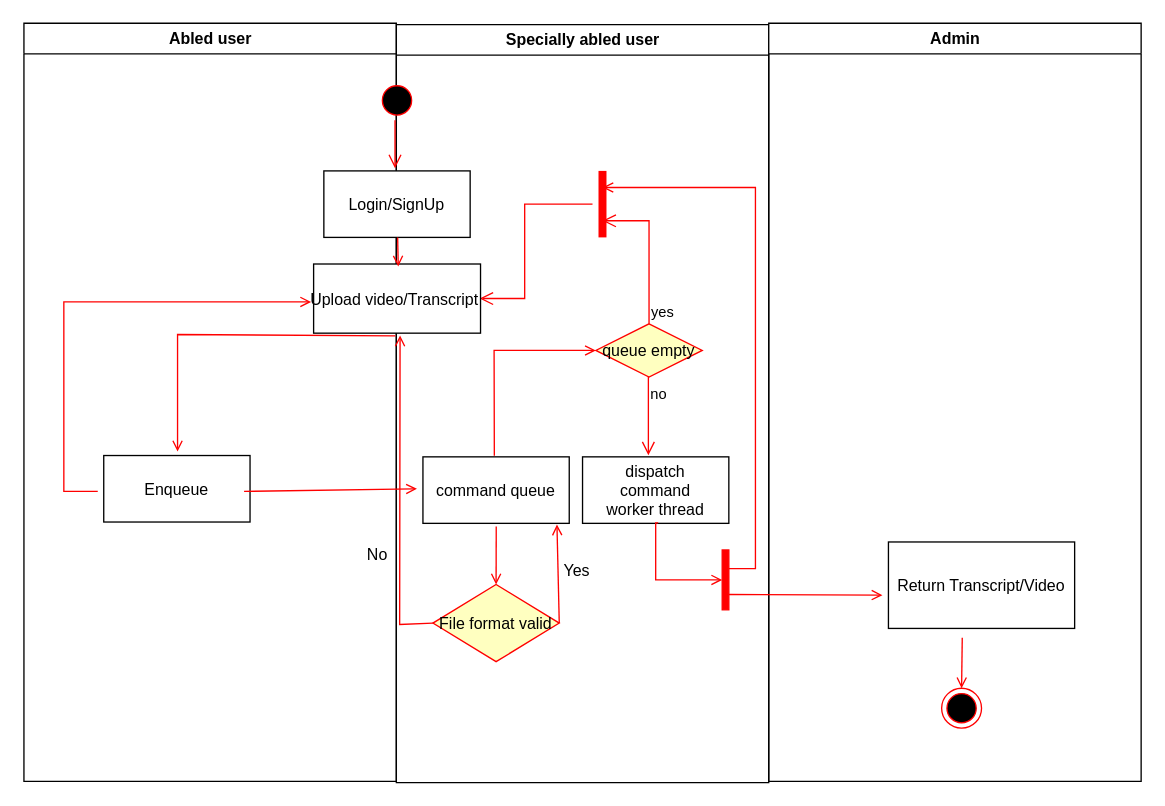
Before: activity.drawio in Dikshit28/SEPM_Dikshit19csu379, a draw.io diagram. Source tidied: cells renumbered, new cells numbered last; positions are measured from the earlier drawing's top-left corner, leaving out a move shared by most shapes. Both pictures are drawn from the tidied source at 133%, with x=0, y=0 at pixel (23, 23).
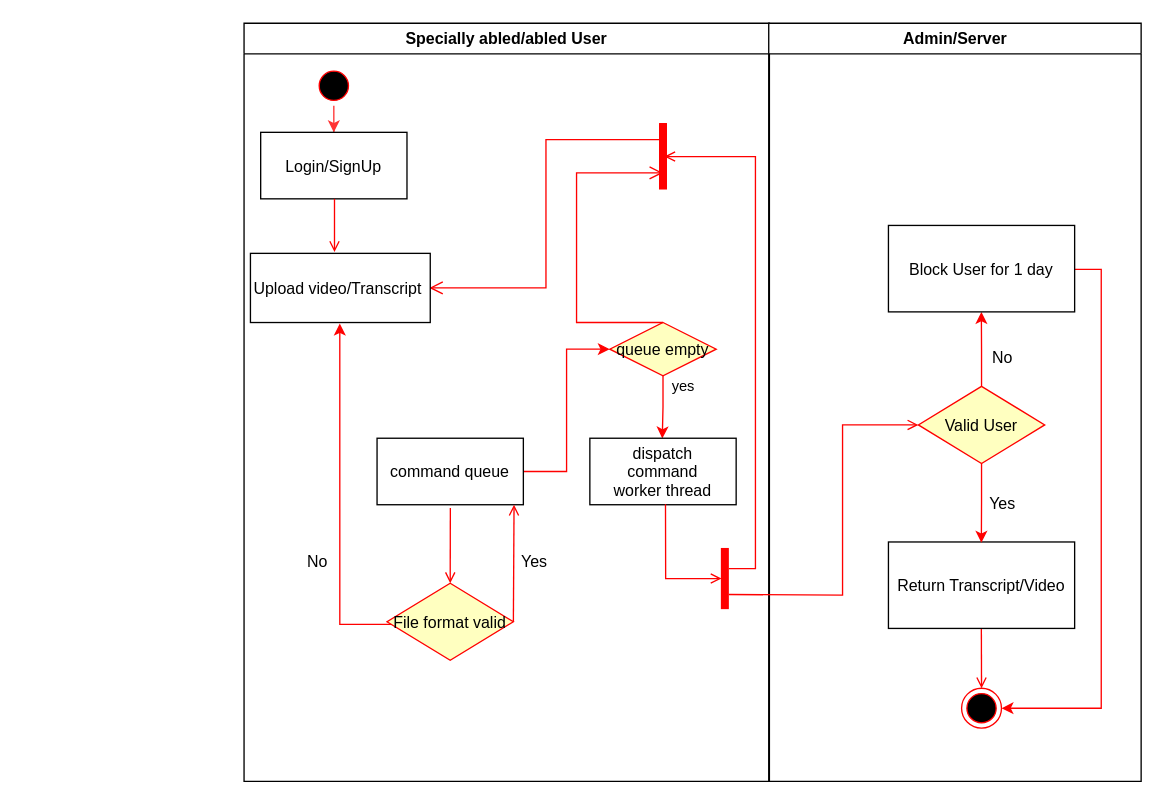
The same page after the edit.

The change refers to these unchanged cells:
```xml
<mxCell id="27" value="Return Transcript/Video" parent="26" vertex="1">
  <mxGeometry x="90" y="390" width="140" height="65" as="geometry" />
</mxCell>
```

What changed in the source:
```diff
@@
-    <mxCell id="2" value="Abled user" style="swimlane;whiteSpace=wrap;startSize=23;" parent="1" vertex="1">
-      <mxGeometry x="0.5" width="280" height="570" as="geometry" />
-    </mxCell>
-    <mxCell id="3" value="Enqueue" parent="2" vertex="1">
-      <mxGeometry x="60" y="325" width="110" height="50" as="geometry" />
-    </mxCell>
-    <mxCell id="4" value="No" style="text;html=1;align=center;verticalAlign=middle;strokeColor=none;fillColor=none;" parent="2" vertex="1">
-      <mxGeometry x="250" y="390" width="30" height="20" as="geometry" />
-    </mxCell>
-    <mxCell id="5" value="Specially abled user" style="swimlane;whiteSpace=wrap;" parent="1" vertex="1">
-      <mxGeometry x="280.5" y="1" width="280" height="570" as="geometry" />
+    <mxCell id="5" value="Specially abled/abled User" style="swimlane;whiteSpace=wrap;startSize=23;" parent="1" vertex="1">
+      <mxGeometry x="166" width="395" height="570" as="geometry" />
     </mxCell>
+    <mxCell id="10" style="edgeStyle=orthogonalEdgeStyle;rounded=0;jettySize=auto;html=1;entryX=0;entryY=0.5;entryDx=0;entryDy=0;strokeColor=#FF0000;" parent="5" edge="1" source="6" target="7">
+      <mxGeometry relative="1" as="geometry" />
+    </mxCell>
     <mxCell id="6" value="command queue" parent="5" vertex="1">
-      <mxGeometry x="20" y="325" width="110" height="50" as="geometry" />
+      <mxGeometry x="100" y="312" width="110" height="50" as="geometry" />
     </mxCell>
+    <mxCell id="9" style="edgeStyle=orthogonalEdgeStyle;rounded=0;jettySize=auto;html=1;entryX=0.495;entryY=0.004;entryDx=0;entryDy=0;entryPerimeter=0;strokeColor=#FF0000;" parent="5" edge="1" source="7" target="13">
+      <mxGeometry relative="1" as="geometry" />
+    </mxCell>
     <mxCell id="7" value="queue empty" style="rhombus;fillColor=#ffffc0;strokeColor=#ff0000;" parent="5" vertex="1">
-      <mxGeometry x="150" y="225" width="80" height="40" as="geometry" />
+      <mxGeometry x="275" y="225" width="80" height="40" as="geometry" />
     </mxCell>
     <mxCell id="8" value="yes" style="edgeStyle=elbowEdgeStyle;elbow=horizontal;align=left;verticalAlign=bottom;endArrow=open;endSize=8;strokeColor=#FF0000;exitX=0.5;exitY=0;endFill=1;rounded=0;entryX=0.75;entryY=0.5;entryPerimeter=0;" parent="5" edge="1" source="7" target="11">
-      <mxGeometry x="-1" relative="1" as="geometry">
+      <mxGeometry x="-1" y="57" relative="1" as="geometry">
         <Array as="points">
-          <mxPoint x="190" y="180" />
+          <mxPoint x="250" y="172" />
         </Array>
+        <mxPoint x="5" as="offset" />
       </mxGeometry>
     </mxCell>
-    <mxCell id="9" value="no" style="edgeStyle=elbowEdgeStyle;elbow=horizontal;align=left;verticalAlign=top;endArrow=open;endSize=8;strokeColor=#FF0000;endFill=1;rounded=0;entryX=0.454;entryY=-0.023;entryDx=0;entryDy=0;entryPerimeter=0;" parent="5" edge="1" source="7" target="13">
-      <mxGeometry x="-1" relative="1" as="geometry" />
-    </mxCell>
-    <mxCell id="10" style="endArrow=open;strokeColor=#FF0000;endFill=1;rounded=0;exitX=0.488;exitY=-0.016;exitDx=0;exitDy=0;exitPerimeter=0;" parent="5" edge="1" source="6" target="7">
-      <mxGeometry relative="1" as="geometry">
-        <Array as="points">
-          <mxPoint x="73.5" y="245" />
-        </Array>
-      </mxGeometry>
-    </mxCell>
     <mxCell id="11" style="shape=line;strokeWidth=6;strokeColor=#ff0000;rotation=90;" parent="5" vertex="1">
-      <mxGeometry x="130" y="127.5" width="50" height="15" as="geometry" />
+      <mxGeometry x="290" y="92.5" width="50" height="15" as="geometry" />
     </mxCell>
-    <mxCell id="12" style="edgeStyle=elbowEdgeStyle;elbow=horizontal;verticalAlign=bottom;endArrow=open;endSize=8;strokeColor=#FF0000;endFill=1;rounded=0;entryX=0.995;entryY=0.499;entryDx=0;entryDy=0;entryPerimeter=0;" parent="5" edge="1" source="11" target="16">
+    <mxCell id="12" style="edgeStyle=elbowEdgeStyle;elbow=horizontal;verticalAlign=bottom;endArrow=open;endSize=8;strokeColor=#FF0000;endFill=1;rounded=0;entryX=0.995;entryY=0.499;entryDx=0;entryDy=0;entryPerimeter=0;exitX=0.25;exitY=0.5;exitDx=0;exitDy=0;exitPerimeter=0;" parent="5" edge="1" source="11" target="16">
       <mxGeometry x="130" y="90" as="geometry" />
     </mxCell>
     <mxCell id="13" value="dispatch&#10;command&#10;worker thread" parent="5" vertex="1">
-      <mxGeometry x="140" y="325" width="110" height="50" as="geometry" />
+      <mxGeometry x="260" y="312" width="110" height="50" as="geometry" />
     </mxCell>
     <mxCell id="14" style="whiteSpace=wrap;strokeColor=#FF0000;fillColor=#FF0000;" parent="5" vertex="1">
-      <mxGeometry x="245" y="395" width="5" height="45" as="geometry" />
+      <mxGeometry x="359" y="395" width="5" height="45" as="geometry" />
     </mxCell>
     <mxCell id="15" style="edgeStyle=elbowEdgeStyle;elbow=horizontal;entryX=0;entryY=0.5;strokeColor=#FF0000;endArrow=open;endFill=1;rounded=0;exitX=0.517;exitY=0.992;exitDx=0;exitDy=0;exitPerimeter=0;" parent="5" edge="1" source="13" target="14">
       <mxGeometry relative="1" as="geometry">
         <Array as="points">
-          <mxPoint x="195" y="400" />
+          <mxPoint x="317" y="392" />
         </Array>
       </mxGeometry>
     </mxCell>
     <mxCell id="16" value="Upload video/Transcript " parent="5" vertex="1">
-      <mxGeometry x="-62.2" y="180" width="125.5" height="52" as="geometry" />
+      <mxGeometry x="4.8" y="173" width="135.2" height="52" as="geometry" />
     </mxCell>
+    <mxCell id="35" style="edgeStyle=orthogonalEdgeStyle;rounded=0;jettySize=auto;html=1;strokeColor=#FF3333;" parent="5" edge="1" source="17" target="18">
+      <mxGeometry relative="1" as="geometry" />
+    </mxCell>
     <mxCell id="17" style="ellipse;shape=startState;fillColor=#000000;strokeColor=#ff0000;" parent="5" vertex="1">
-      <mxGeometry x="-14.5" y="42" width="30" height="30" as="geometry" />
+      <mxGeometry x="52.5" y="32" width="30" height="30" as="geometry" />
     </mxCell>
     <mxCell id="18" value="Login/SignUp" parent="5" vertex="1">
-      <mxGeometry x="-54.5" y="110" width="110" height="50" as="geometry" />
+      <mxGeometry x="12.5" y="82" width="110" height="50" as="geometry" />
     </mxCell>
-    <mxCell id="19" style="endArrow=open;strokeColor=#FF0000;endFill=1;rounded=0;entryX=0.507;entryY=0.037;entryDx=0;entryDy=0;entryPerimeter=0;" parent="5" edge="1" source="18" target="16">
-      <mxGeometry relative="1" as="geometry" />
+    <mxCell id="19" style="endArrow=open;strokeColor=#FF0000;endFill=1;rounded=0;" parent="5" edge="1">
+      <mxGeometry relative="1" as="geometry">
+        <mxPoint x="68" y="132" as="sourcePoint" />
+        <mxPoint x="68" y="172" as="targetPoint" />
+      </mxGeometry>
     </mxCell>
-    <mxCell id="20" style="edgeStyle=elbowEdgeStyle;elbow=horizontal;verticalAlign=bottom;endArrow=open;endSize=8;strokeColor=#FF0000;endFill=1;rounded=0;" parent="5" edge="1" source="17">
-      <mxGeometry x="-180" y="40" as="geometry">
-        <mxPoint x="-0.5" y="108" as="targetPoint" />
-        <Array as="points">
-          <mxPoint x="-1" y="82" />
-        </Array>
-      </mxGeometry>
-    </mxCell>
+    <mxCell id="23" style="edgeStyle=orthogonalEdgeStyle;rounded=0;jettySize=auto;html=1;entryX=0.497;entryY=1.015;entryDx=0;entryDy=0;entryPerimeter=0;strokeColor=#FF0000;" parent="5" edge="1" source="21" target="16">
+      <mxGeometry relative="1" as="geometry">
+        <Array as="points">
+          <mxPoint x="72" y="452" />
+        </Array>
+      </mxGeometry>
+    </mxCell>
     <mxCell id="21" value="File format valid" style="rhombus;fillColor=#ffffc0;strokeColor=#ff0000;" parent="5" vertex="1">
-      <mxGeometry x="27.5" y="421" width="95" height="58" as="geometry" />
+      <mxGeometry x="107.5" y="421" width="95" height="58" as="geometry" />
     </mxCell>
@@
-    <mxCell id="23" style="endArrow=open;strokeColor=#FF0000;endFill=1;rounded=0;exitX=0;exitY=0.5;exitDx=0;exitDy=0;entryX=0.518;entryY=1.034;entryDx=0;entryDy=0;entryPerimeter=0;" parent="5" edge="1" source="21" target="16">
-      <mxGeometry relative="1" as="geometry">
-        <Array as="points">
-          <mxPoint x="2.5" y="451" />
-        </Array>
-      </mxGeometry>
-    </mxCell>
-    <mxCell id="24" style="endArrow=open;strokeColor=#FF0000;endFill=1;rounded=0;entryX=0.916;entryY=1.017;entryDx=0;entryDy=0;exitX=1;exitY=0.5;exitDx=0;exitDy=0;entryPerimeter=0;" parent="5" edge="1" source="21" target="6">
-      <mxGeometry relative="1" as="geometry" />
+    <mxCell id="24" style="endArrow=open;strokeColor=#FF0000;endFill=1;rounded=0;exitX=1;exitY=0.5;exitDx=0;exitDy=0;" parent="5" edge="1" source="21">
+      <mxGeometry relative="1" as="geometry">
+        <mxPoint x="203" y="362" as="targetPoint" />
+      </mxGeometry>
     </mxCell>
     <mxCell id="25" value="Yes" style="text;html=1;align=center;verticalAlign=middle;strokeColor=none;fillColor=none;" parent="5" vertex="1">
-      <mxGeometry x="120" y="401" width="30" height="20" as="geometry" />
+      <mxGeometry x="202.5" y="395" width="30" height="20" as="geometry" />
     </mxCell>
+    <mxCell id="36" value="No" style="text;html=1;align=center;verticalAlign=middle;strokeColor=none;fillColor=none;" parent="5" vertex="1">
+      <mxGeometry x="40" y="395" width="30" height="20" as="geometry" />
+    </mxCell>
-    <mxCell id="26" value="Admin" style="swimlane;whiteSpace=wrap;" parent="1" vertex="1">
+    <mxCell id="26" value="Admin/Server" style="swimlane;whiteSpace=wrap;" parent="1" vertex="1">
       <mxGeometry x="560.5" width="280" height="570" as="geometry" />
     </mxCell>
@@
-    <mxCell id="28" style="edgeStyle=elbowEdgeStyle;elbow=horizontal;strokeColor=#FF0000;endArrow=open;endFill=1;rounded=0;entryX=0.25;entryY=0.5;entryPerimeter=0;" parent="26" edge="1" target="11">
+    <mxCell id="28" style="edgeStyle=elbowEdgeStyle;elbow=horizontal;strokeColor=#FF0000;endArrow=open;endFill=1;rounded=0;entryX=0.504;entryY=0.433;entryDx=0;entryDy=0;entryPerimeter=0;" parent="26" edge="1" target="11">
       <mxGeometry relative="1" as="geometry">
         <mxPoint x="-30" y="410" as="sourcePoint" />
         <Array as="points">
           <mxPoint x="-10" y="135" />
         </Array>
       </mxGeometry>
     </mxCell>
-    <mxCell id="29" style="edgeStyle=none;strokeColor=#FF0000;endArrow=open;endFill=1;rounded=0;" parent="26" edge="1">
+    <mxCell id="29" style="edgeStyle=none;strokeColor=#FF0000;endArrow=open;endFill=1;rounded=0;entryX=0;entryY=0.5;entryDx=0;entryDy=0;" parent="26" edge="1" target="39">
       <mxGeometry relative="1" as="geometry">
         <mxPoint x="-30" y="429.5" as="sourcePoint" />
-        <mxPoint x="85.5" y="430" as="targetPoint" />
+        <Array as="points">
+          <mxPoint x="55.5" y="430" />
+          <mxPoint x="55.5" y="332" />
+          <mxPoint x="55.5" y="302" />
+        </Array>
       </mxGeometry>
     </mxCell>
     <mxCell id="30" style="ellipse;shape=endState;fillColor=#000000;strokeColor=#ff0000;" parent="26" vertex="1">
-      <mxGeometry x="130" y="500" width="30" height="30" as="geometry" />
+      <mxGeometry x="145" y="500" width="30" height="30" as="geometry" />
     </mxCell>
-    <mxCell id="31" style="endArrow=open;strokeColor=#FF0000;endFill=1;rounded=0;" parent="26" edge="1" target="30">
-      <mxGeometry relative="1" as="geometry">
-        <mxPoint x="145.5" y="462" as="sourcePoint" />
-      </mxGeometry>
+    <mxCell id="31" style="endArrow=open;strokeColor=#FF0000;endFill=1;rounded=0;exitX=0.499;exitY=1.006;exitDx=0;exitDy=0;exitPerimeter=0;" parent="26" edge="1" source="27" target="30">
+      <mxGeometry relative="1" as="geometry" />
     </mxCell>
-    <mxCell id="32" style="endArrow=open;strokeColor=#FF0000;endFill=1;rounded=0;" parent="1" edge="1">
-      <mxGeometry relative="1" as="geometry">
-        <mxPoint x="166" y="352" as="sourcePoint" />
-        <mxPoint x="296" y="350" as="targetPoint" />
-      </mxGeometry>
-    </mxCell>
-    <mxCell id="33" style="endArrow=open;strokeColor=#FF0000;endFill=1;rounded=0;exitX=0.49;exitY=1.04;exitDx=0;exitDy=0;exitPerimeter=0;" parent="1" edge="1" source="16">
-      <mxGeometry relative="1" as="geometry">
-        <mxPoint x="116" y="322" as="targetPoint" />
-        <Array as="points">
-          <mxPoint x="116" y="234" />
-        </Array>
-      </mxGeometry>
-    </mxCell>
-    <mxCell id="34" style="edgeStyle=elbowEdgeStyle;elbow=horizontal;strokeColor=#FF0000;endArrow=open;endFill=1;rounded=0;entryX=-0.015;entryY=0.548;entryDx=0;entryDy=0;entryPerimeter=0;" parent="1" edge="1" target="16">
-      <mxGeometry relative="1" as="geometry">
-        <mxPoint x="56" y="352" as="sourcePoint" />
-        <Array as="points">
-          <mxPoint x="30.5" y="250" />
-        </Array>
-      </mxGeometry>
-    </mxCell>
+    <mxCell id="37" style="edgeStyle=orthogonalEdgeStyle;rounded=0;jettySize=auto;html=1;strokeColor=#FF0000;entryX=0.499;entryY=0.009;entryDx=0;entryDy=0;entryPerimeter=0;" parent="26" edge="1" source="39" target="27">
+      <mxGeometry relative="1" as="geometry" />
+    </mxCell>
+    <mxCell id="38" style="edgeStyle=orthogonalEdgeStyle;rounded=0;jettySize=auto;html=1;strokeColor=#FF0000;entryX=0.499;entryY=1;entryDx=0;entryDy=0;entryPerimeter=0;" parent="26" edge="1" source="39" target="43">
+      <mxGeometry relative="1" as="geometry" />
+    </mxCell>
+    <mxCell id="39" value="Valid User" style="rhombus;fillColor=#ffffc0;strokeColor=#ff0000;" parent="26" vertex="1">
+      <mxGeometry x="112.5" y="273" width="95" height="58" as="geometry" />
+    </mxCell>
+    <mxCell id="40" value="Yes" style="text;html=1;align=center;verticalAlign=middle;strokeColor=none;fillColor=none;" parent="26" vertex="1">
+      <mxGeometry x="160" y="352" width="30" height="20" as="geometry" />
+    </mxCell>
+    <mxCell id="41" value="No" style="text;html=1;align=center;verticalAlign=middle;strokeColor=none;fillColor=none;" parent="26" vertex="1">
+      <mxGeometry x="160" y="242" width="30" height="20" as="geometry" />
+    </mxCell>
+    <mxCell id="42" style="edgeStyle=orthogonalEdgeStyle;rounded=0;jettySize=auto;html=1;strokeColor=#FF0000;entryX=1;entryY=0.5;entryDx=0;entryDy=0;" parent="26" edge="1" target="30">
+      <mxGeometry relative="1" as="geometry">
+        <mxPoint x="225.5" y="185" as="sourcePoint" />
+        <Array as="points">
+          <mxPoint x="250" y="185" />
+          <mxPoint x="250" y="515" />
+        </Array>
+      </mxGeometry>
+    </mxCell>
+    <mxCell id="43" value="Block User for 1 day" parent="26" vertex="1">
+      <mxGeometry x="90" y="152" width="140" height="65" as="geometry" />
+    </mxCell>
```
